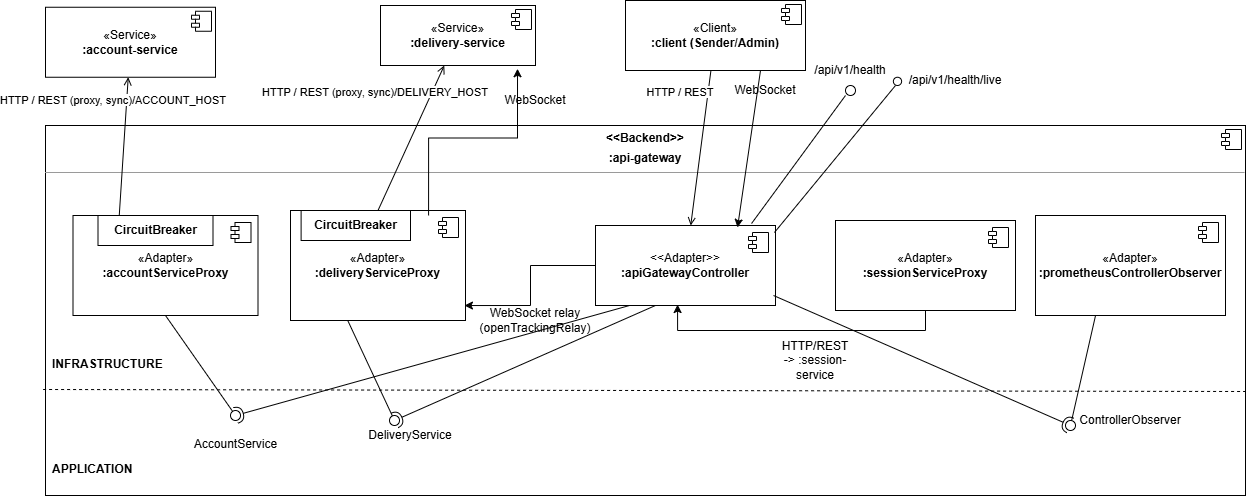
The draw.io diagram doc/api_gateway_v2.drawio.png in MarcoMoro10/SAP-Assignment2, before a commit. Source tidied: cells renumbered, new cells last; positions are measured from the earlier drawing's top-left corner, leaving out a move shared by most shapes.
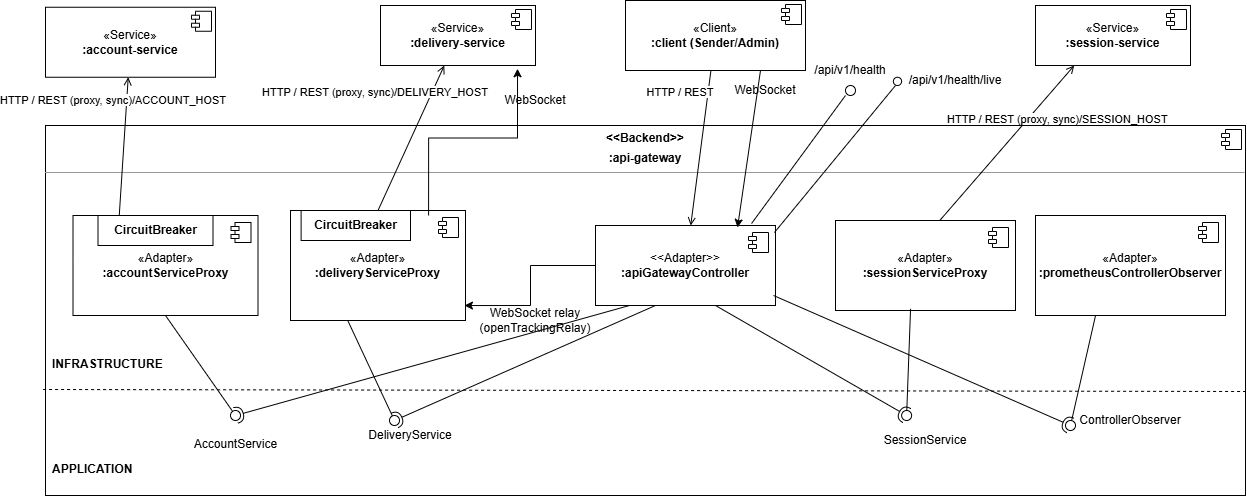
The same diagram one commit later.

Commit message:
Update Api gateway diagram with the fix and update report

What changed in the source:
```diff
@@ -201,11 +201,33 @@
     <mxCell id="59" value="&lt;span style=&quot;font-size: 11px; white-space: nowrap; background-color: rgb(255, 255, 255);&quot;&gt;HTTP / REST (proxy, sync)/ACCOUNT_HOST&lt;/span&gt;" style="text;html=1;whiteSpace=wrap;strokeColor=none;fillColor=none;align=center;verticalAlign=middle;rounded=0;" parent="1" vertex="1">
       <mxGeometry x="40" y="85" width="60" height="30" as="geometry" />
     </mxCell>
-    <mxCell id="60" style="edgeStyle=orthogonalEdgeStyle;rounded=0;jettySize=auto;html=1;exitX=0.5;exitY=1;exitDx=0;exitDy=0;entryX=0.456;entryY=0.988;entryDx=0;entryDy=0;entryPerimeter=0;" parent="1" edge="1" source="35" target="19">
-      <mxGeometry relative="1" as="geometry" />
-    </mxCell>
-    <mxCell id="61" value="HTTP/REST -&amp;gt; :session-service" style="text;html=1;whiteSpace=wrap;strokeColor=none;fillColor=none;align=center;verticalAlign=middle;rounded=0;" parent="1" vertex="1">
-      <mxGeometry x="742" y="345" width="60" height="30" as="geometry" />
-    </mxCell>
+    <mxCell id="62" value="«Service»&lt;br&gt;&lt;b&gt;:session-service&lt;/b&gt;" style="html=1;whiteSpace=wrap;fontColor=#000000;" parent="1" vertex="1">
+      <mxGeometry x="992" y="5" width="155" height="60" as="geometry" />
+    </mxCell>
+    <mxCell id="63" style="shape=component;jettyWidth=8;jettyHeight=4;" parent="62" vertex="1">
+      <mxGeometry x="1" width="20" height="20" relative="1" as="geometry">
+        <mxPoint x="-24" y="4" as="offset" />
+      </mxGeometry>
+    </mxCell>
+    <mxCell id="64" style="endArrow=open;html=1;rounded=0;entryX=0.25;entryY=1;entryDx=0;entryDy=0;exitX=0.578;exitY=0.003;exitDx=0;exitDy=0;exitPerimeter=0;" parent="1" edge="1" source="35" target="62">
+      <mxGeometry relative="1" as="geometry" />
+    </mxCell>
+    <mxCell id="65" value="&lt;span style=&quot;color: rgb(0, 0, 0); font-family: Helvetica; font-size: 11px; font-style: normal; font-variant-ligatures: normal; font-variant-caps: normal; font-weight: 400; letter-spacing: normal; orphans: 2; text-align: center; text-indent: 0px; text-transform: none; widows: 2; word-spacing: 0px; -webkit-text-stroke-width: 0px; white-space: nowrap; background-color: rgb(255, 255, 255); text-decoration-thickness: initial; text-decoration-style: initial; text-decoration-color: initial; float: none; display: inline !important;&quot;&gt;HTTP / REST (proxy, sync)/SESSION_HOST&lt;/span&gt;" style="text;whiteSpace=wrap;html=1;" parent="1" vertex="1">
+      <mxGeometry x="902" y="105" width="260" height="40" as="geometry" />
+    </mxCell>
+    <mxCell id="66" style="rounded=0;jettySize=auto;html=1;endArrow=halfCircle;endFill=0;endSize=6;strokeWidth=1;sketch=0;" parent="1" edge="1" target="68">
+      <mxGeometry relative="1" as="geometry">
+        <mxPoint x="672" y="305" as="sourcePoint" />
+      </mxGeometry>
+    </mxCell>
+    <mxCell id="67" style="rounded=0;jettySize=auto;html=1;endArrow=oval;endFill=0;sketch=0;sourcePerimeterSpacing=0;targetPerimeterSpacing=0;endSize=10;exitX=0.417;exitY=0.981;exitDx=0;exitDy=0;exitPerimeter=0;" parent="1" edge="1" source="35" target="68">
+      <mxGeometry relative="1" as="geometry" />
+    </mxCell>
+    <mxCell id="68" style="ellipse;whiteSpace=wrap;html=1;align=center;fillColor=none;strokeColor=none;perimeter=centerPerimeter;points=[];outlineConnect=1;" parent="1" vertex="1">
+      <mxGeometry x="858.1" y="410" width="10" height="10" as="geometry" />
+    </mxCell>
+    <mxCell id="69" value="SessionService" style="text;html=1;whiteSpace=wrap;strokeColor=none;fillColor=none;align=center;verticalAlign=middle;rounded=0;" parent="1" vertex="1">
+      <mxGeometry x="852" y="425" width="60" height="30" as="geometry" />
+    </mxCell>
   </root>
 </mxGraphModel>
```
